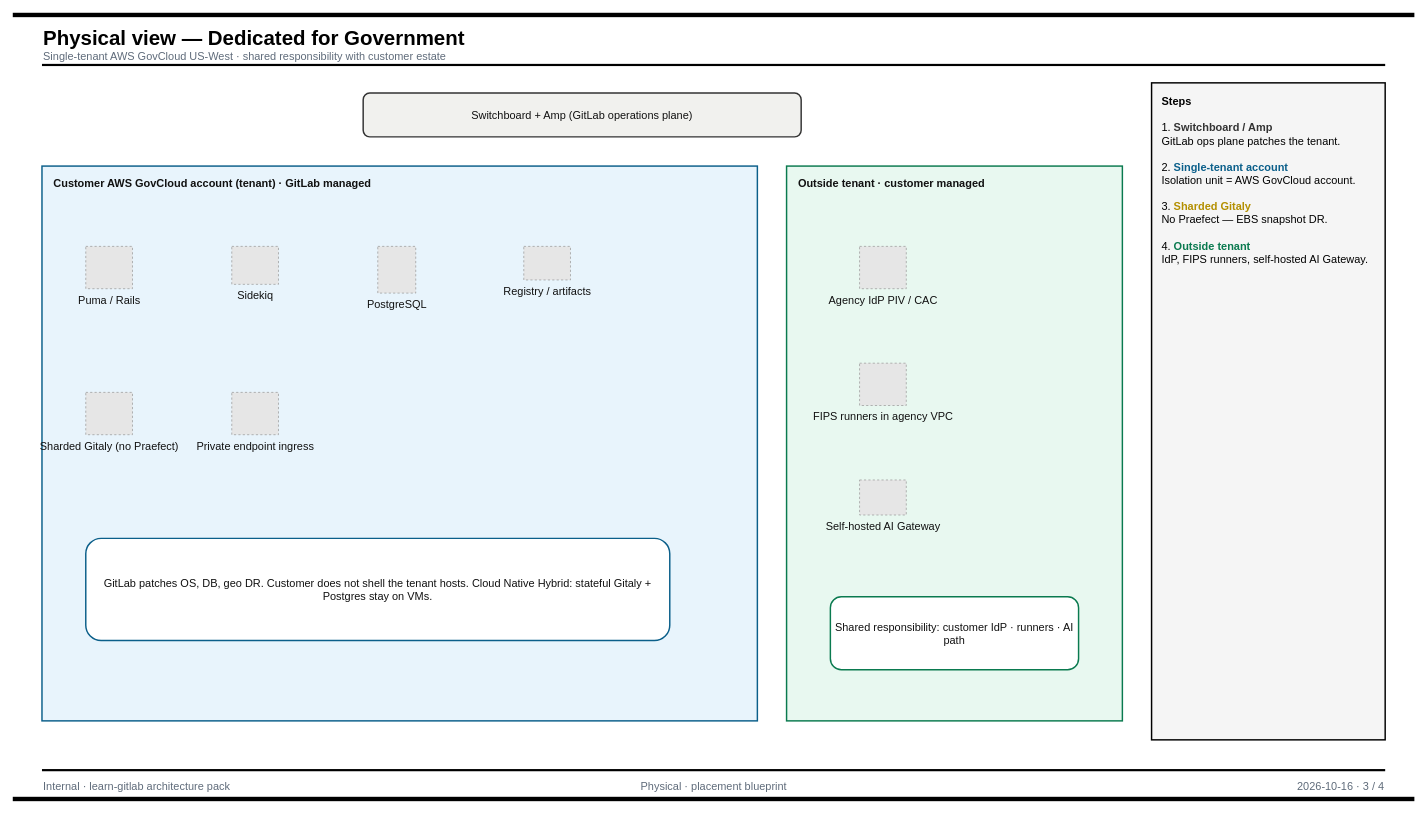
The draw.io diagram assets/diagrams/drawio/03-physical.drawio in aaronmeis/learn-gitlab, before the edit. Source tidied: cells renumbered, new cells numbered last; positions are measured from the earlier drawing's top-left corner, leaving out a move shared by most shapes. Both pictures are drawn from the tidied source at 73%, with x=0, y=0 at pixel (12, 12). Pictures stored in the file or linked from it are replaced by grey dashed boxes.
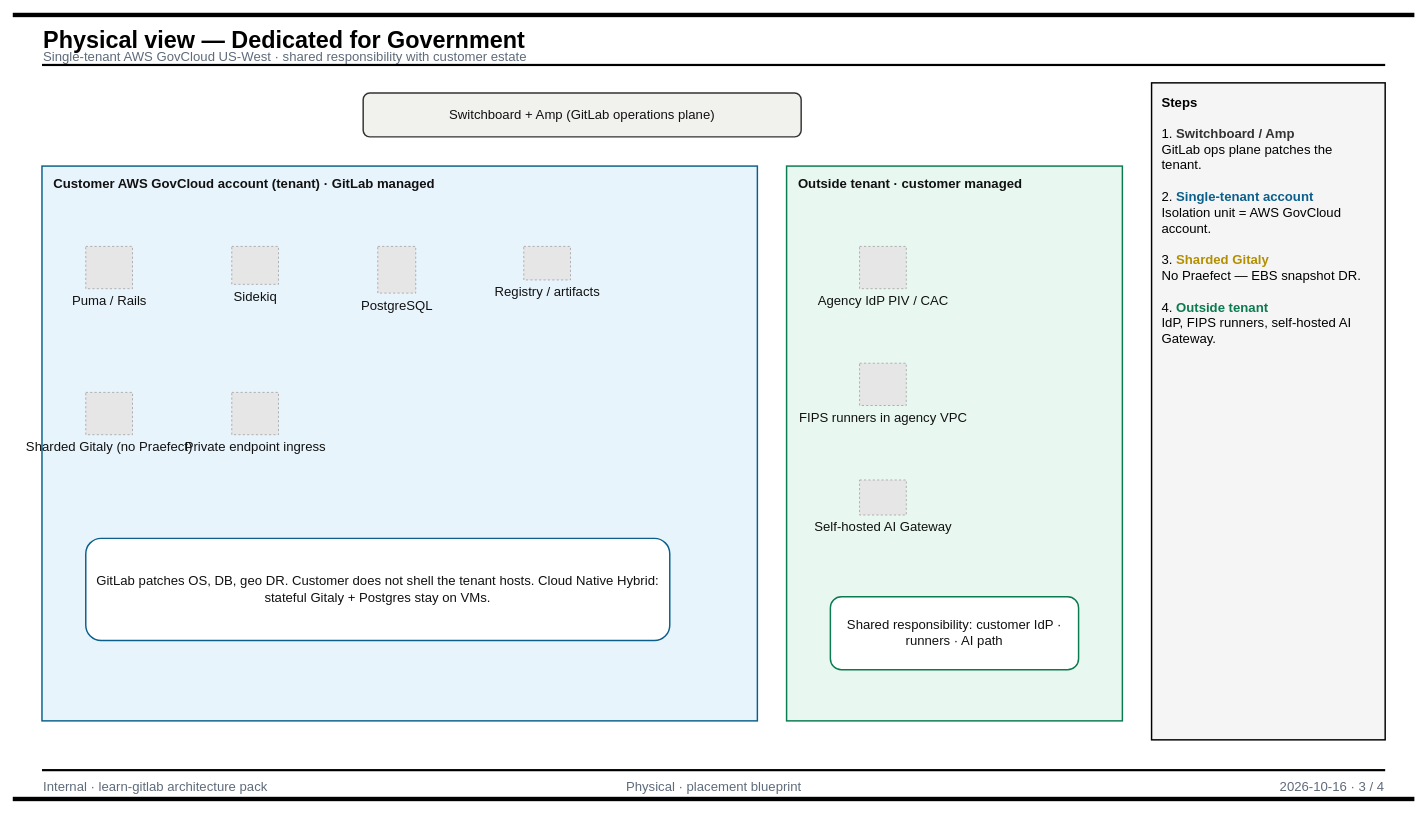
The same diagram, later.

Commit message (it also covers changes not shown here):
feat: larger Draw.io diagram fonts for Architecture Views

What changed in the source:
```diff
@@
-    <mxCell id="3" value="Physical view — Dedicated for Government" style="text;html=1;strokeColor=none;fillColor=none;align=left;fontFamily=Helvetica;fontSize=28;fontStyle=1;fontColor=#000000;" parent="1" vertex="1">
-      <mxGeometry x="40" y="12" width="1500" height="32" as="geometry" />
+    <mxCell id="3" value="Physical view — Dedicated for Government" style="text;html=1;strokeColor=none;fillColor=none;align=left;fontFamily=Helvetica;fontSize=32;fontStyle=1;fontColor=#000000;" parent="1" vertex="1">
+      <mxGeometry x="40" y="12" width="1500" height="38" as="geometry" />
     </mxCell>
-    <mxCell id="4" value="Single-tenant AWS GovCloud US-West · shared responsibility with customer estate" style="text;html=1;strokeColor=none;fillColor=none;align=left;fontFamily=Helvetica;fontSize=15;fontColor=#5F6B7A;" parent="1" vertex="1">
-      <mxGeometry x="40" y="44" width="1500" height="22" as="geometry" />
+    <mxCell id="4" value="Single-tenant AWS GovCloud US-West · shared responsibility with customer estate" style="text;html=1;strokeColor=none;fillColor=none;align=left;fontFamily=Helvetica;fontSize=18;fontColor=#5F6B7A;" parent="1" vertex="1">
+      <mxGeometry x="40" y="44" width="1500" height="26" as="geometry" />
     </mxCell>
@@
-    <mxCell id="7" value="Internal · learn-gitlab architecture pack" style="text;html=1;align=left;fontFamily=Helvetica;fontSize=15;fontColor=#5F6B7A;" parent="1" vertex="1">
-      <mxGeometry x="40" y="1044" width="560" height="22" as="geometry" />
+    <mxCell id="7" value="Internal · learn-gitlab architecture pack" style="text;html=1;align=left;fontFamily=Helvetica;fontSize=18;fontColor=#5F6B7A;" parent="1" vertex="1">
+      <mxGeometry x="40" y="1044" width="560" height="26" as="geometry" />
     </mxCell>
-    <mxCell id="8" value="Physical · placement blueprint" style="text;html=1;align=center;fontFamily=Helvetica;fontSize=15;fontColor=#5F6B7A;" parent="1" vertex="1">
-      <mxGeometry x="620" y="1044" width="680" height="22" as="geometry" />
+    <mxCell id="8" value="Physical · placement blueprint" style="text;html=1;align=center;fontFamily=Helvetica;fontSize=18;fontColor=#5F6B7A;" parent="1" vertex="1">
+      <mxGeometry x="620" y="1044" width="680" height="26" as="geometry" />
     </mxCell>
-    <mxCell id="9" value="2026-10-16  ·  3 / 4" style="text;html=1;align=right;fontFamily=Helvetica;fontSize=15;fontColor=#5F6B7A;" parent="1" vertex="1">
-      <mxGeometry x="1320" y="1044" width="560" height="22" as="geometry" />
+    <mxCell id="9" value="2026-10-16  ·  3 / 4" style="text;html=1;align=right;fontFamily=Helvetica;fontSize=18;fontColor=#5F6B7A;" parent="1" vertex="1">
+      <mxGeometry x="1320" y="1044" width="560" height="26" as="geometry" />
     </mxCell>
@@
-    <mxCell id="11" value="Switchboard + Amp (GitLab operations plane)" style="rounded=1;whiteSpace=wrap;html=1;align=center;verticalAlign=middle;fillColor=#F1F1EE;strokeColor=#333333;strokeWidth=2;fontFamily=Helvetica;fontSize=15;fontColor=#111111;" parent="1" vertex="1">
+    <mxCell id="11" value="Switchboard + Amp (GitLab operations plane)" style="rounded=1;whiteSpace=wrap;html=1;align=center;verticalAlign=middle;fillColor=#F1F1EE;strokeColor=#333333;strokeWidth=2;fontFamily=Helvetica;fontSize=18;fontColor=#111111;" parent="1" vertex="1">
       <mxGeometry x="480" y="110" width="600" height="60" as="geometry" />
     </mxCell>
-    <mxCell id="12" value="Customer AWS GovCloud account (tenant) · GitLab managed" style="rounded=0;whiteSpace=wrap;html=1;align=left;verticalAlign=top;spacingLeft=14;spacingTop=8;fillColor=#E8F4FC;strokeColor=#0B5F8A;strokeWidth=2;fontFamily=Helvetica;fontSize=15;fontStyle=1;fontColor=#111111;" parent="1" vertex="1">
+    <mxCell id="12" value="Customer AWS GovCloud account (tenant) · GitLab managed" style="rounded=0;whiteSpace=wrap;html=1;align=left;verticalAlign=top;spacingLeft=14;spacingTop=8;fillColor=#E8F4FC;strokeColor=#0B5F8A;strokeWidth=2;fontFamily=Helvetica;fontSize=18;fontStyle=1;fontColor=#111111;" parent="1" vertex="1">
       <mxGeometry x="40" y="210" width="980" height="760" as="geometry" />
     </mxCell>
-    <mxCell id="13" value="Puma / Rails" style="fillColor=#E6E6E6;strokeColor=#999999;dashed=1;verticalLabelPosition=bottom;verticalAlign=top;html=1;align=center;labelBackgroundColor=none;fontFamily=Helvetica;fontSize=15;fontColor=#111111;" parent="1" vertex="1">
+    <mxCell id="13" value="Puma / Rails" style="fillColor=#E6E6E6;strokeColor=#999999;dashed=1;verticalLabelPosition=bottom;verticalAlign=top;html=1;align=center;labelBackgroundColor=none;fontFamily=Helvetica;fontSize=18;fontColor=#111111;" parent="1" vertex="1">
       <mxGeometry x="100" y="320" width="64" height="58" as="geometry" />
     </mxCell>
-    <mxCell id="14" value="Sidekiq" style="fillColor=#E6E6E6;strokeColor=#999999;dashed=1;verticalLabelPosition=bottom;verticalAlign=top;html=1;align=center;labelBackgroundColor=none;fontFamily=Helvetica;fontSize=15;fontColor=#111111;" parent="1" vertex="1">
+    <mxCell id="14" value="Sidekiq" style="fillColor=#E6E6E6;strokeColor=#999999;dashed=1;verticalLabelPosition=bottom;verticalAlign=top;html=1;align=center;labelBackgroundColor=none;fontFamily=Helvetica;fontSize=18;fontColor=#111111;" parent="1" vertex="1">
       <mxGeometry x="300" y="320" width="64" height="52" as="geometry" />
     </mxCell>
-    <mxCell id="15" value="PostgreSQL" style="fillColor=#E6E6E6;strokeColor=#999999;dashed=1;verticalLabelPosition=bottom;verticalAlign=top;html=1;align=center;labelBackgroundColor=none;fontFamily=Helvetica;fontSize=15;fontColor=#111111;" parent="1" vertex="1">
+    <mxCell id="15" value="PostgreSQL" style="fillColor=#E6E6E6;strokeColor=#999999;dashed=1;verticalLabelPosition=bottom;verticalAlign=top;html=1;align=center;labelBackgroundColor=none;fontFamily=Helvetica;fontSize=18;fontColor=#111111;" parent="1" vertex="1">
       <mxGeometry x="500" y="320" width="52" height="64" as="geometry" />
     </mxCell>
-    <mxCell id="16" value="Registry / artifacts" style="fillColor=#E6E6E6;strokeColor=#999999;dashed=1;verticalLabelPosition=bottom;verticalAlign=top;html=1;align=center;labelBackgroundColor=none;fontFamily=Helvetica;fontSize=15;fontColor=#111111;" parent="1" vertex="1">
+    <mxCell id="16" value="Registry / artifacts" style="fillColor=#E6E6E6;strokeColor=#999999;dashed=1;verticalLabelPosition=bottom;verticalAlign=top;html=1;align=center;labelBackgroundColor=none;fontFamily=Helvetica;fontSize=18;fontColor=#111111;" parent="1" vertex="1">
       <mxGeometry x="700" y="320" width="64" height="46" as="geometry" />
     </mxCell>
-    <mxCell id="17" value="Sharded Gitaly (no Praefect)" style="fillColor=#E6E6E6;strokeColor=#999999;dashed=1;verticalLabelPosition=bottom;verticalAlign=top;html=1;align=center;labelBackgroundColor=none;fontFamily=Helvetica;fontSize=15;fontColor=#111111;" parent="1" vertex="1">
+    <mxCell id="17" value="Sharded Gitaly (no Praefect)" style="fillColor=#E6E6E6;strokeColor=#999999;dashed=1;verticalLabelPosition=bottom;verticalAlign=top;html=1;align=center;labelBackgroundColor=none;fontFamily=Helvetica;fontSize=18;fontColor=#111111;" parent="1" vertex="1">
       <mxGeometry x="100" y="520" width="64" height="58" as="geometry" />
     </mxCell>
-    <mxCell id="18" value="Private endpoint ingress" style="fillColor=#E6E6E6;strokeColor=#999999;dashed=1;verticalLabelPosition=bottom;verticalAlign=top;html=1;align=center;labelBackgroundColor=none;fontFamily=Helvetica;fontSize=15;fontColor=#111111;" parent="1" vertex="1">
+    <mxCell id="18" value="Private endpoint ingress" style="fillColor=#E6E6E6;strokeColor=#999999;dashed=1;verticalLabelPosition=bottom;verticalAlign=top;html=1;align=center;labelBackgroundColor=none;fontFamily=Helvetica;fontSize=18;fontColor=#111111;" parent="1" vertex="1">
       <mxGeometry x="300" y="520" width="64" height="58" as="geometry" />
     </mxCell>
-    <mxCell id="19" value="GitLab patches OS, DB, geo DR. Customer does not shell the tenant hosts. Cloud Native Hybrid: stateful Gitaly + Postgres stay on VMs." style="rounded=1;whiteSpace=wrap;html=1;align=center;verticalAlign=middle;fillColor=#FFFFFF;strokeColor=#0B5F8A;strokeWidth=2;fontFamily=Helvetica;fontSize=15;fontColor=#111111;" parent="1" vertex="1">
+    <mxCell id="19" value="GitLab patches OS, DB, geo DR. Customer does not shell the tenant hosts. Cloud Native Hybrid: stateful Gitaly + Postgres stay on VMs." style="rounded=1;whiteSpace=wrap;html=1;align=center;verticalAlign=middle;fillColor=#FFFFFF;strokeColor=#0B5F8A;strokeWidth=2;fontFamily=Helvetica;fontSize=18;fontColor=#111111;" parent="1" vertex="1">
       <mxGeometry x="100" y="720" width="800" height="140" as="geometry" />
     </mxCell>
-    <mxCell id="20" value="Outside tenant · customer managed" style="rounded=0;whiteSpace=wrap;html=1;align=left;verticalAlign=top;spacingLeft=14;spacingTop=8;fillColor=#E8F8F0;strokeColor=#0A7A4F;strokeWidth=2;fontFamily=Helvetica;fontSize=15;fontStyle=1;fontColor=#111111;" parent="1" vertex="1">
+    <mxCell id="20" value="Outside tenant · customer managed" style="rounded=0;whiteSpace=wrap;html=1;align=left;verticalAlign=top;spacingLeft=14;spacingTop=8;fillColor=#E8F8F0;strokeColor=#0A7A4F;strokeWidth=2;fontFamily=Helvetica;fontSize=18;fontStyle=1;fontColor=#111111;" parent="1" vertex="1">
       <mxGeometry x="1060" y="210" width="460" height="760" as="geometry" />
     </mxCell>
-    <mxCell id="21" value="Agency IdP PIV / CAC" style="fillColor=#E6E6E6;strokeColor=#999999;dashed=1;verticalLabelPosition=bottom;verticalAlign=top;html=1;align=center;labelBackgroundColor=none;fontFamily=Helvetica;fontSize=15;fontColor=#111111;" parent="1" vertex="1">
+    <mxCell id="21" value="Agency IdP PIV / CAC" style="fillColor=#E6E6E6;strokeColor=#999999;dashed=1;verticalLabelPosition=bottom;verticalAlign=top;html=1;align=center;labelBackgroundColor=none;fontFamily=Helvetica;fontSize=18;fontColor=#111111;" parent="1" vertex="1">
       <mxGeometry x="1160" y="320" width="64" height="58" as="geometry" />
     </mxCell>
-    <mxCell id="22" value="FIPS runners in agency VPC" style="fillColor=#E6E6E6;strokeColor=#999999;dashed=1;verticalLabelPosition=bottom;verticalAlign=top;html=1;align=center;labelBackgroundColor=none;fontFamily=Helvetica;fontSize=15;fontColor=#111111;" parent="1" vertex="1">
+    <mxCell id="22" value="FIPS runners in agency VPC" style="fillColor=#E6E6E6;strokeColor=#999999;dashed=1;verticalLabelPosition=bottom;verticalAlign=top;html=1;align=center;labelBackgroundColor=none;fontFamily=Helvetica;fontSize=18;fontColor=#111111;" parent="1" vertex="1">
       <mxGeometry x="1160" y="480" width="64" height="58" as="geometry" />
     </mxCell>
-    <mxCell id="23" value="Self-hosted AI Gateway" style="fillColor=#E6E6E6;strokeColor=#999999;dashed=1;verticalLabelPosition=bottom;verticalAlign=top;html=1;align=center;labelBackgroundColor=none;fontFamily=Helvetica;fontSize=15;fontColor=#111111;" parent="1" vertex="1">
+    <mxCell id="23" value="Self-hosted AI Gateway" style="fillColor=#E6E6E6;strokeColor=#999999;dashed=1;verticalLabelPosition=bottom;verticalAlign=top;html=1;align=center;labelBackgroundColor=none;fontFamily=Helvetica;fontSize=18;fontColor=#111111;" parent="1" vertex="1">
       <mxGeometry x="1160" y="640" width="64" height="48" as="geometry" />
     </mxCell>
-    <mxCell id="24" value="Shared responsibility: customer IdP · runners · AI path" style="rounded=1;whiteSpace=wrap;html=1;align=center;verticalAlign=middle;fillColor=#FFFFFF;strokeColor=#0A7A4F;strokeWidth=2;fontFamily=Helvetica;fontSize=15;fontColor=#111111;" parent="1" vertex="1">
+    <mxCell id="24" value="Shared responsibility: customer IdP · runners · AI path" style="rounded=1;whiteSpace=wrap;html=1;align=center;verticalAlign=middle;fillColor=#FFFFFF;strokeColor=#0A7A4F;strokeWidth=2;fontFamily=Helvetica;fontSize=18;fontColor=#111111;" parent="1" vertex="1">
       <mxGeometry x="1120" y="800" width="340" height="100" as="geometry" />
     </mxCell>
-    <mxCell id="25" value="&lt;b&gt;Steps&lt;/b&gt;&lt;br&gt;&lt;br&gt;1. &lt;b&gt;&lt;font color=&quot;#333333&quot;&gt;Switchboard / Amp&lt;/font&gt;&lt;/b&gt;&lt;br&gt;GitLab ops plane patches the tenant.&lt;br&gt;&lt;br&gt;2. &lt;b&gt;&lt;font color=&quot;#0B5F8A&quot;&gt;Single-tenant account&lt;/font&gt;&lt;/b&gt;&lt;br&gt;Isolation unit = AWS GovCloud account.&lt;br&gt;&lt;br&gt;3. &lt;b&gt;&lt;font color=&quot;#B38F00&quot;&gt;Sharded Gitaly&lt;/font&gt;&lt;/b&gt;&lt;br&gt;No Praefect — EBS snapshot DR.&lt;br&gt;&lt;br&gt;4. &lt;b&gt;&lt;font color=&quot;#0A7A4F&quot;&gt;Outside tenant&lt;/font&gt;&lt;/b&gt;&lt;br&gt;IdP, FIPS runners, self-hosted AI Gateway." style="rounded=0;whiteSpace=wrap;html=1;align=left;verticalAlign=top;spacingLeft=12;spacingRight=12;spacingTop=10;spacingBottom=10;fillColor=#F5F5F5;strokeColor=#000000;strokeWidth=2;fontFamily=Helvetica;fontSize=15;" parent="1" vertex="1">
+    <mxCell id="25" value="&lt;b&gt;Steps&lt;/b&gt;&lt;br&gt;&lt;br&gt;1. &lt;b&gt;&lt;font color=&quot;#333333&quot;&gt;Switchboard / Amp&lt;/font&gt;&lt;/b&gt;&lt;br&gt;GitLab ops plane patches the tenant.&lt;br&gt;&lt;br&gt;2. &lt;b&gt;&lt;font color=&quot;#0B5F8A&quot;&gt;Single-tenant account&lt;/font&gt;&lt;/b&gt;&lt;br&gt;Isolation unit = AWS GovCloud account.&lt;br&gt;&lt;br&gt;3. &lt;b&gt;&lt;font color=&quot;#B38F00&quot;&gt;Sharded Gitaly&lt;/font&gt;&lt;/b&gt;&lt;br&gt;No Praefect — EBS snapshot DR.&lt;br&gt;&lt;br&gt;4. &lt;b&gt;&lt;font color=&quot;#0A7A4F&quot;&gt;Outside tenant&lt;/font&gt;&lt;/b&gt;&lt;br&gt;IdP, FIPS runners, self-hosted AI Gateway." style="rounded=0;whiteSpace=wrap;html=1;align=left;verticalAlign=top;spacingLeft=12;spacingRight=12;spacingTop=10;spacingBottom=10;fillColor=#F5F5F5;strokeColor=#000000;strokeWidth=2;fontFamily=Helvetica;fontSize=18;" parent="1" vertex="1">
       <mxGeometry x="1560" y="96" width="320" height="900" as="geometry" />
     </mxCell>
```
